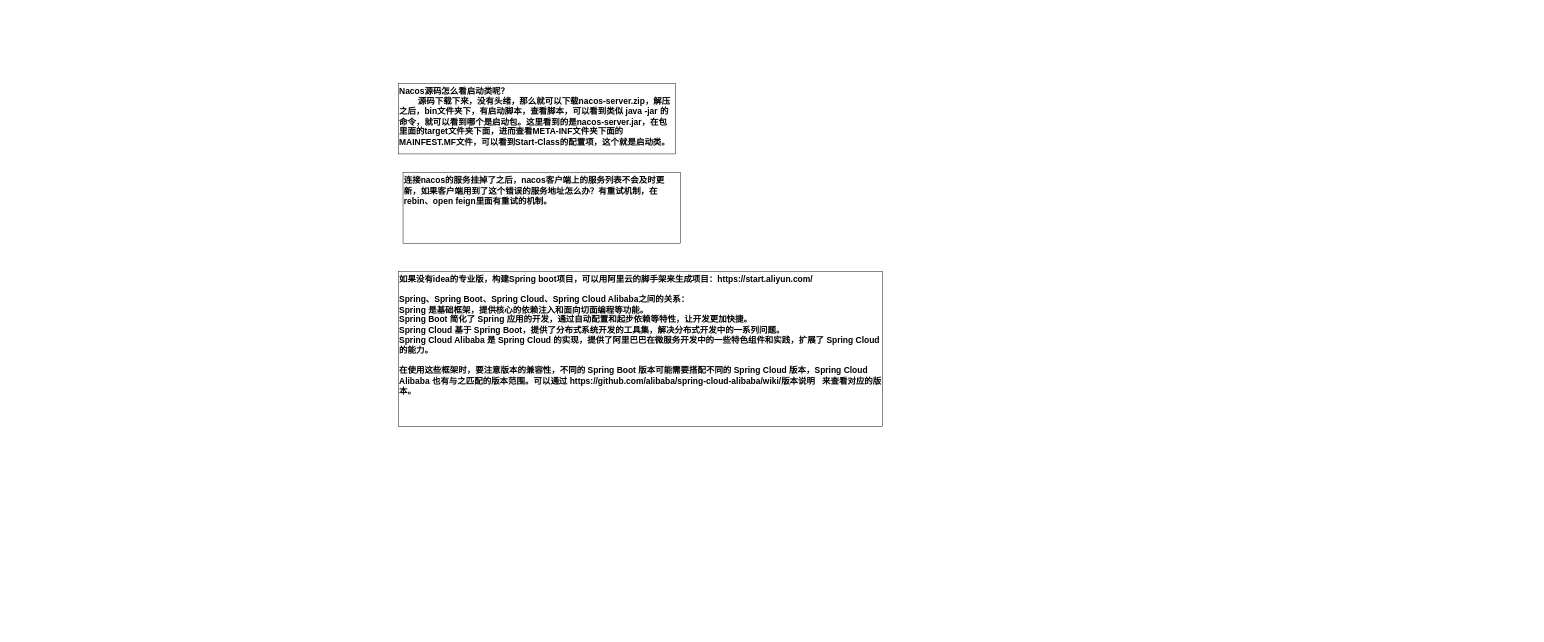
Above: JAVA/Nacos.drawio in KGwolf/MyDraw (draw.io), before the change. Source tidied: cells renumbered, new cells numbered last; positions are measured from the earlier drawing's top-left corner, leaving out a move shared by most shapes. Both pictures are drawn from the tidied source at 47%, with x=0, y=0 at pixel (398, 83).
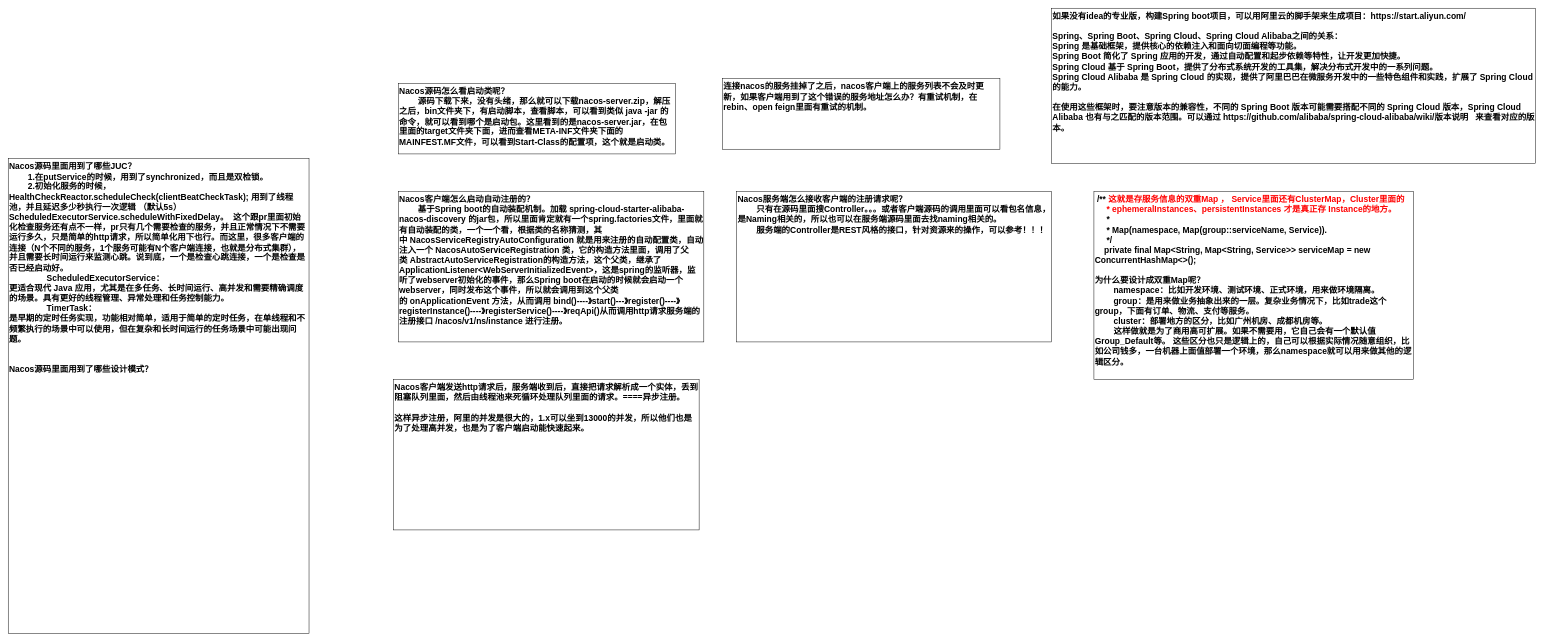
The same diagram, later.

The edit, as a diff of the source:
```diff
@@
 <mxGraphModel>
   <root>
     <mxCell id="0" />
     <mxCell id="1" parent="0" />
     <mxCell id="2" value="Nacos源码怎么看启动类呢？&lt;div&gt;&lt;span style=&quot;white-space: pre;&quot;&gt;&#9;&lt;/span&gt;源码下载下来，没有头绪，那么就可以下载nacos-server.zip，解压之后，bin文件夹下，有启动脚本，查看脚本，可以看到类似 java -jar 的命令，就可以看到哪个是启动包。这里看到的是nacos-server.jar，在包里面的target文件夹下面，进而查看META-INF文件夹下面的MAINFEST.MF文件，可以看到Start-Class的配置项，这个就是启动类。&lt;br&gt;&lt;/div&gt;" style="rounded=0;whiteSpace=wrap;html=1;fontSize=18;fontStyle=1;verticalAlign=top;align=left;" parent="1" vertex="1">
       <mxGeometry width="590" height="150" as="geometry" />
     </mxCell>
     <mxCell id="3" value="连接nacos的服务挂掉了之后，nacos客户端上的服务列表不会及时更新，如果客户端用到了这个错误的服务地址怎么办？有重试机制，在rebin、open feign里面有重试的机制。" style="rounded=0;whiteSpace=wrap;html=1;fontSize=18;fontStyle=1;verticalAlign=top;align=left;" parent="1" vertex="1">
-      <mxGeometry x="10" y="190" width="590" height="150" as="geometry" />
+      <mxGeometry x="690" y="-10" width="590" height="150" as="geometry" />
     </mxCell>
     <mxCell id="4" value="如果没有idea的专业版，构建Spring boot项目，可以用阿里云的脚手架来生成项目：https://start.aliyun.com/&lt;div&gt;&lt;br&gt;&lt;/div&gt;&lt;div&gt;Spring、Spring Boot、Spring Cloud、Spring Cloud Alibaba之间的关系：&lt;/div&gt;&lt;div&gt;&lt;div&gt;Spring 是基础框架，提供核心的依赖注入和面向切面编程等功能。&lt;/div&gt;&lt;div&gt;Spring Boot 简化了 Spring 应用的开发，通过自动配置和起步依赖等特性，让开发更加快捷。&lt;/div&gt;&lt;div&gt;Spring Cloud 基于 Spring Boot，提供了分布式系统开发的工具集，解决分布式开发中的一系列问题。&lt;/div&gt;&lt;div&gt;Spring Cloud Alibaba 是 Spring Cloud 的实现，提供了阿里巴巴在微服务开发中的一些特色组件和实践，扩展了 Spring Cloud 的能力。&lt;/div&gt;&lt;div&gt;&lt;br&gt;&lt;/div&gt;&lt;div&gt;在使用这些框架时，要注意版本的兼容性，不同的 Spring Boot 版本可能需要搭配不同的 Spring Cloud 版本，Spring Cloud Alibaba 也有与之匹配的版本范围。可以通过&amp;nbsp;https://github.com/alibaba/spring-cloud-alibaba/wiki/版本说明&amp;nbsp; &amp;nbsp;来查看对应的版本。&lt;/div&gt;&lt;/div&gt;" style="rounded=0;whiteSpace=wrap;html=1;fontSize=18;fontStyle=1;verticalAlign=top;align=left;" parent="1" vertex="1">
-      <mxGeometry y="400" width="1030" height="330" as="geometry" />
+      <mxGeometry x="1390" y="-160" width="1030" height="330" as="geometry" />
     </mxCell>
+    <mxCell id="5" value="Nacos客户端怎么启动自动注册的？&lt;div&gt;&lt;span style=&quot;white-space: pre;&quot;&gt;&#9;&lt;/span&gt;基于Spring boot的自动装配机制。加载&amp;nbsp;spring-cloud-starter-alibaba-nacos-discovery 的jar包，所以里面肯定就有一个spring.factories文件，里面就有自动装配的类，一个一个看，根据类的名称猜测，其中&amp;nbsp;NacosServiceRegistryAutoConfiguration 就是用来注册的自动配置类，自动注入一个&amp;nbsp;NacosAutoServiceRegistration 类，它的构造方法里面，调用了父类&amp;nbsp;AbstractAutoServiceRegistration的构造方法，这个父类，继承了ApplicationListener&amp;lt;WebServerInitializedEvent&amp;gt;，这是spring的监听器，监听了webserver初始化的事件，那么Spring boot在启动的时候就会启动一个webserver，同时发布这个事件，所以就会调用到这个父类的&amp;nbsp;onApplicationEvent 方法，从而调用 bind()----》start()---》register()----》registerInstance()----》registerService()----》reqApi()从而调用http请求服务端的注册接口 /nacos/v1/ns/instance 进行注册。&lt;br&gt;&lt;/div&gt;" style="rounded=0;whiteSpace=wrap;html=1;fontSize=18;fontStyle=1;verticalAlign=top;align=left;" parent="1" vertex="1">
+      <mxGeometry y="230" width="650" height="320" as="geometry" />
+    </mxCell>
+    <mxCell id="6" value="Nacos服务端怎么接收客户端的注册请求呢？&lt;div&gt;&lt;span style=&quot;white-space: pre;&quot;&gt;&#9;&lt;/span&gt;只有在源码里面搜Controller。。。或者客户端源码的调用里面可以看包名信息，是Naming相关的，所以也可以在服务端源码里面去找naming相关的。&lt;br&gt;&lt;/div&gt;&lt;div&gt;&lt;span style=&quot;white-space: pre;&quot;&gt;&#9;&lt;/span&gt;服务端的Controller是REST风格的接口，针对资源来的操作，可以参考！！！&lt;br&gt;&lt;/div&gt;" style="rounded=0;whiteSpace=wrap;html=1;fontSize=18;fontStyle=1;verticalAlign=top;align=left;" parent="1" vertex="1">
+      <mxGeometry x="720" y="230" width="670" height="320" as="geometry" />
+    </mxCell>
+    <mxCell id="7" value="&lt;div&gt;&lt;div&gt;&amp;nbsp;/** &lt;font style=&quot;color: rgb(255, 0, 0);&quot;&gt;这就是存服务信息的双重Map ， Service里面还有ClusterMap，Cluster里面的&lt;/font&gt;&lt;/div&gt;&lt;div&gt;&lt;font style=&quot;color: rgb(255, 0, 0);&quot;&gt;&amp;nbsp; &amp;nbsp; &amp;nbsp;*&amp;nbsp;ephemeralInstances、persistentInstances 才是真正存 Instance的地方。&lt;/font&gt;&lt;/div&gt;&lt;div&gt;&amp;nbsp; &amp;nbsp; &amp;nbsp;*&lt;/div&gt;&lt;div&gt;&amp;nbsp; &amp;nbsp; &amp;nbsp;* Map(namespace, Map(group::serviceName, Service)).&lt;/div&gt;&lt;div&gt;&amp;nbsp; &amp;nbsp; &amp;nbsp;*/&lt;/div&gt;&lt;div&gt;&amp;nbsp; &amp;nbsp; private final Map&amp;lt;String, Map&amp;lt;String, Service&amp;gt;&amp;gt; serviceMap = new ConcurrentHashMap&amp;lt;&amp;gt;();&lt;/div&gt;&lt;/div&gt;&lt;div&gt;&lt;br&gt;&lt;/div&gt;&lt;div&gt;为什么要设计成双重Map呢？&lt;/div&gt;&lt;div&gt;&lt;span style=&quot;white-space: pre;&quot;&gt;&#9;&lt;/span&gt;namespace：比如开发环境、测试环境、正式环境，用来做环境隔离。&lt;br&gt;&lt;/div&gt;&lt;div&gt;&lt;span style=&quot;white-space: pre;&quot;&gt;&#9;&lt;/span&gt;group：是用来做业务抽象出来的一层。复杂业务情况下，比如trade这个group，下面有订单、物流、支付等服务。&lt;br&gt;&lt;/div&gt;&lt;div&gt;&lt;span style=&quot;white-space: pre;&quot;&gt;&#9;&lt;/span&gt;cluster：部署地方的区分，比如广州机房、成都机房等。&lt;br&gt;&lt;/div&gt;&lt;div&gt;&lt;span style=&quot;white-space: pre;&quot;&gt;&#9;&lt;/span&gt;这样做就是为了商用高可扩展。如果不需要用，它自己会有一个默认值 Group_Default等。 这些区分也只是逻辑上的，自己可以根据实际情况随意组织，比如公司钱多，一台机器上面值部署一个环境，那么namespace就可以用来做其他的逻辑区分。&lt;br&gt;&lt;/div&gt;" style="rounded=0;whiteSpace=wrap;html=1;fontSize=18;fontStyle=1;verticalAlign=top;align=left;" parent="1" vertex="1">
+      <mxGeometry x="1480" y="230" width="680" height="400" as="geometry" />
+    </mxCell>
+    <mxCell id="8" value="Nacos源码里面用到了哪些JUC？&lt;div&gt;&lt;span style=&quot;white-space: pre;&quot;&gt;&#9;&lt;/span&gt;1.在putService的时候，用到了synchronized，而且是双检锁。&lt;br&gt;&lt;/div&gt;&lt;div&gt;&lt;span style=&quot;white-space: pre;&quot;&gt;&#9;&lt;/span&gt;2.初始化服务的时候，HealthCheckReactor.scheduleCheck(clientBeatCheckTask); 用到了线程池，并且延迟多少秒执行一次逻辑 （默认5s） ScheduledExecutorService.scheduleWithFixedDelay。&amp;nbsp; 这个跟pr里面初始化检查服务还有点不一样，pr只有几个需要检查的服务，并且正常情况下不需要运行多久，只是简单的http请求，所以简单化用下也行。而这里，很多客户端的连接（N个不同的服务，1个服务可能有N个客户端连接，也就是分布式集群），并且需要长时间运行来监测心跳。说到底，一个是检查心跳连接，一个是检查是否已经启动好。&lt;br&gt;&lt;/div&gt;&lt;div&gt;&lt;span style=&quot;white-space: pre;&quot;&gt;&#9;&lt;/span&gt;&lt;span style=&quot;white-space: pre;&quot;&gt;&#9;&lt;/span&gt;&lt;span style=&quot;background-color: transparent;&quot;&gt;ScheduledExecutorService：&lt;br&gt;更适合现代 Java 应用，尤其是在多任务、长时间运行、高并发和需要精确调度的场景。具有更好的线程管理、异常处理和任务控制能力。&amp;nbsp;&lt;/span&gt;&lt;/div&gt;&lt;div&gt;&lt;span style=&quot;background-color: transparent;&quot;&gt;&lt;span style=&quot;white-space: pre;&quot;&gt;&#9;&lt;/span&gt;&lt;span style=&quot;white-space: pre;&quot;&gt;&#9;&lt;/span&gt;TimerTask：&lt;br&gt;是早期的定时任务实现，功能相对简单，适用于简单的定时任务，在单线程和不频繁执行的场景中可以使用，但在复杂和长时间运行的任务场景中可能出现问题。&lt;/span&gt;&lt;br&gt;&lt;/div&gt;&lt;div&gt;&lt;br&gt;&lt;/div&gt;&lt;div&gt;&lt;br&gt;&lt;/div&gt;&lt;div&gt;Nacos源码里面用到了哪些设计模式？&lt;/div&gt;" style="rounded=0;whiteSpace=wrap;html=1;fontSize=18;fontStyle=1;verticalAlign=top;align=left;" parent="1" vertex="1">
+      <mxGeometry x="-830" y="160" width="640" height="1010" as="geometry" />
+    </mxCell>
+    <mxCell id="9" value="Nacos客户端发送http请求后，服务端收到后，直接把请求解析成一个实体，丢到阻塞队列里面，然后由线程池来死循环处理队列里面的请求。====异步注册。&lt;div&gt;&lt;br&gt;&lt;/div&gt;&lt;div&gt;这样异步注册，阿里的并发是很大的，1.x可以坐到13000的并发，所以他们也是为了处理高并发，也是为了客户端启动能快速起来。&lt;/div&gt;" style="rounded=0;whiteSpace=wrap;html=1;fontSize=18;fontStyle=1;verticalAlign=top;align=left;" parent="1" vertex="1">
+      <mxGeometry x="-10" y="630" width="650" height="320" as="geometry" />
+    </mxCell>
   </root>
 </mxGraphModel>
```
